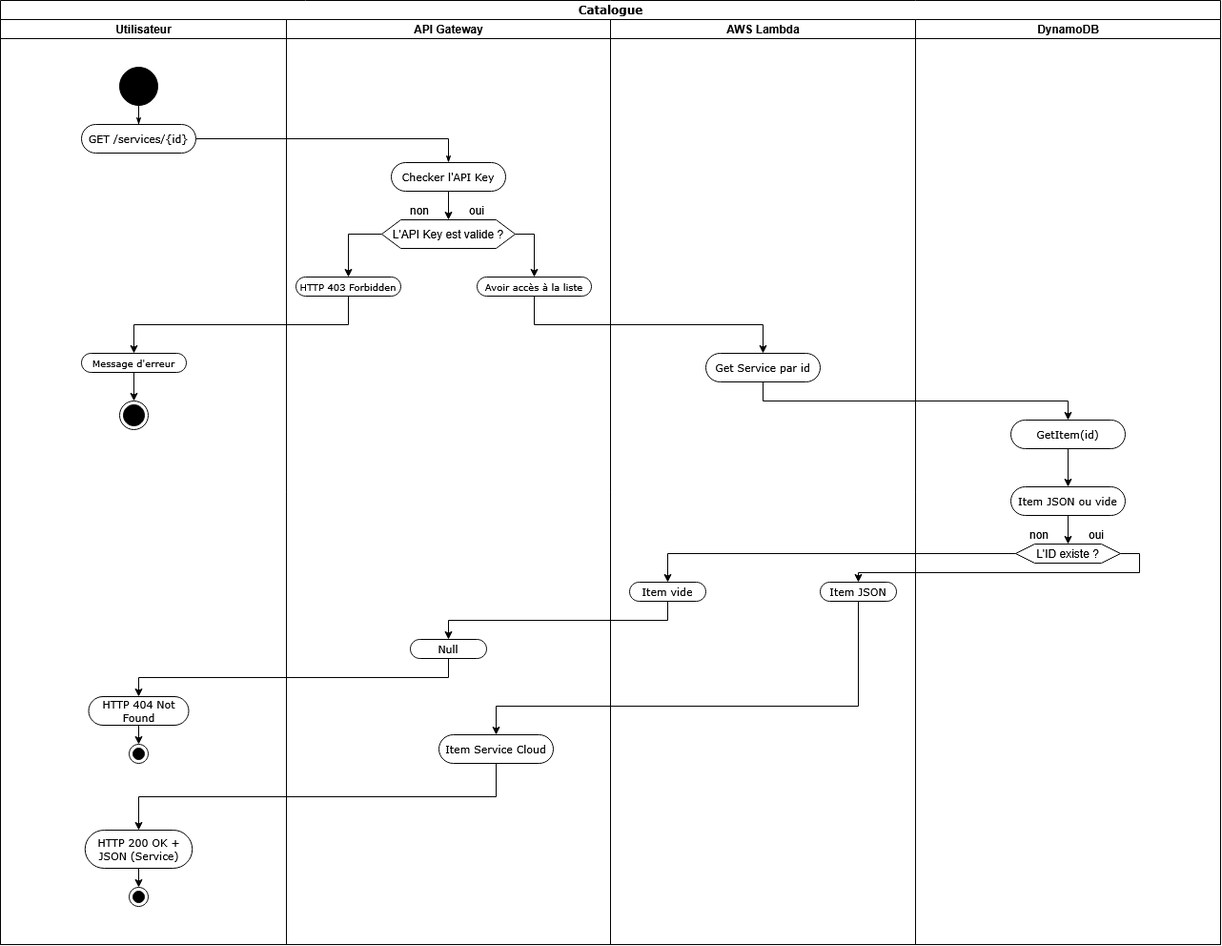
This is UML_Diagrams/Activity_Diagram.drawio.png from hafsaa22/API_REST_Serverless, a draw.io export, as it was before one commit. Source tidied: cells renumbered, new cells last; positions are measured from the earlier drawing's top-left corner, leaving out a move shared by most shapes.
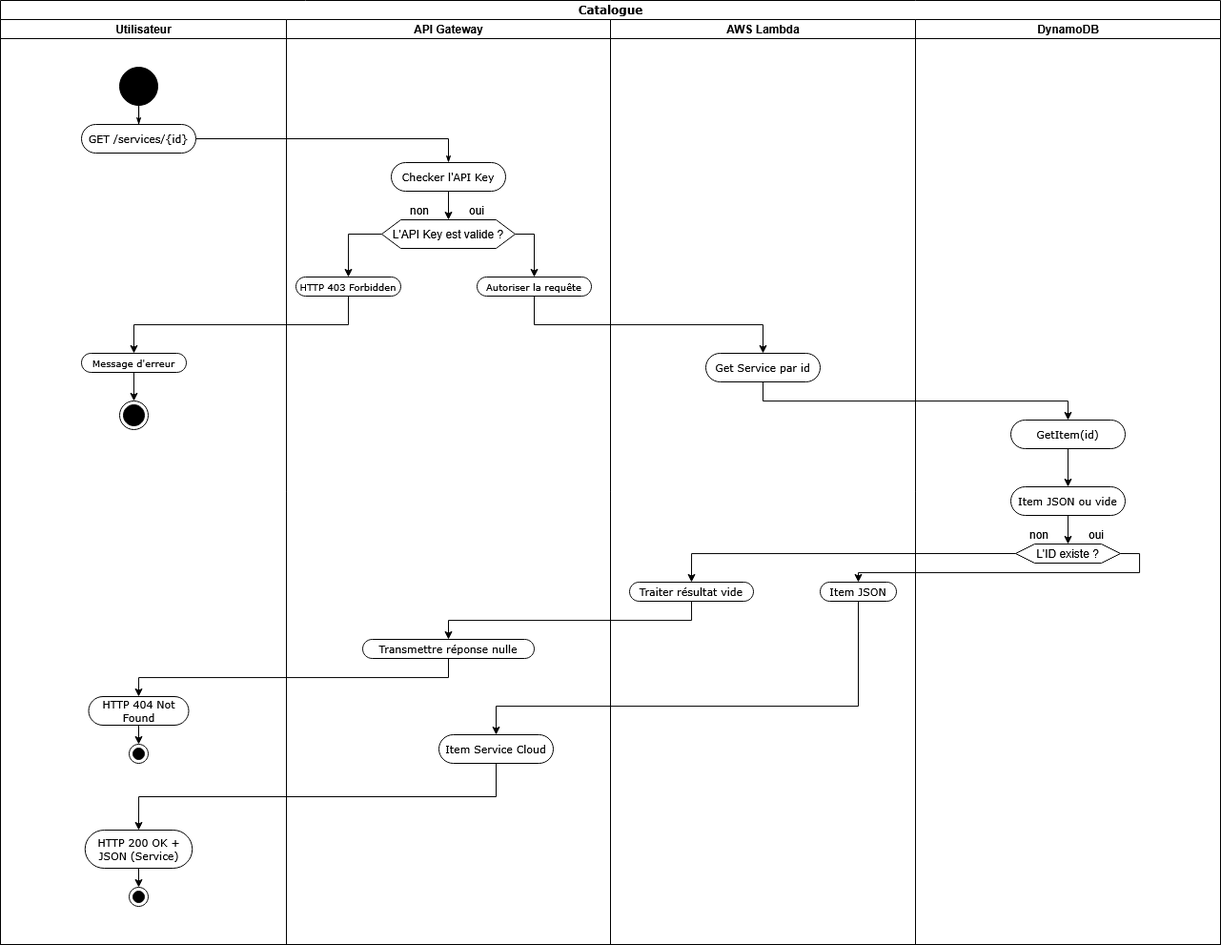
Later version of the same file.

Commit message:
Petits changements

What changed in the source:
```diff
@@ -75,11 +75,11 @@
     <mxCell id="24" value="HTTP 403 Forbidden" style="rounded=1;whiteSpace=wrap;html=1;shadow=0;comic=0;labelBackgroundColor=none;strokeWidth=1;fontFamily=Verdana;fontSize=10;align=center;arcSize=50;" parent="16" vertex="1">
       <mxGeometry x="10" y="270" width="110" height="20" as="geometry" />
     </mxCell>
-    <mxCell id="25" value="Avoir accès à la liste" style="rounded=1;whiteSpace=wrap;html=1;shadow=0;comic=0;labelBackgroundColor=none;strokeWidth=1;fontFamily=Verdana;fontSize=10;align=center;arcSize=50;" parent="16" vertex="1">
+    <mxCell id="25" value="Autoriser la requête" style="rounded=1;whiteSpace=wrap;html=1;shadow=0;comic=0;labelBackgroundColor=none;strokeWidth=1;fontFamily=Verdana;fontSize=10;align=center;arcSize=50;" parent="16" vertex="1">
       <mxGeometry x="200" y="270" width="120" height="20" as="geometry" />
     </mxCell>
-    <mxCell id="26" value="Null" style="rounded=1;whiteSpace=wrap;html=1;shadow=0;comic=0;labelBackgroundColor=none;strokeWidth=1;fontFamily=Verdana;fontSize=11;align=center;arcSize=50;" parent="16" vertex="1">
-      <mxGeometry x="130" y="650" width="80" height="20" as="geometry" />
+    <mxCell id="26" value="Transmettre réponse nulle" style="rounded=1;whiteSpace=wrap;html=1;shadow=0;comic=0;labelBackgroundColor=none;strokeWidth=1;fontFamily=Verdana;fontSize=11;align=center;arcSize=50;" parent="16" vertex="1">
+      <mxGeometry x="80" y="650" width="180" height="20" as="geometry" />
     </mxCell>
     <mxCell id="27" value="Item Service Cloud" style="rounded=1;whiteSpace=wrap;html=1;shadow=0;comic=0;labelBackgroundColor=none;strokeWidth=1;fontFamily=Verdana;fontSize=11;align=center;arcSize=50;" parent="16" vertex="1">
       <mxGeometry x="160" y="750" width="120" height="30" as="geometry" />
@@ -97,8 +97,8 @@
     <mxCell id="30" value="Get Service par id" style="rounded=1;whiteSpace=wrap;html=1;shadow=0;comic=0;labelBackgroundColor=none;strokeWidth=1;fontFamily=Verdana;fontSize=11;align=center;arcSize=50;" parent="29" vertex="1">
       <mxGeometry x="100" y="350" width="120" height="30" as="geometry" />
     </mxCell>
-    <mxCell id="31" value="Item vide" style="rounded=1;whiteSpace=wrap;html=1;shadow=0;comic=0;labelBackgroundColor=none;strokeWidth=1;fontFamily=Verdana;fontSize=11;align=center;arcSize=50;" parent="29" vertex="1">
-      <mxGeometry x="20" y="590" width="80" height="20" as="geometry" />
+    <mxCell id="31" value="Traiter résultat vide" style="rounded=1;whiteSpace=wrap;html=1;shadow=0;comic=0;labelBackgroundColor=none;strokeWidth=1;fontFamily=Verdana;fontSize=11;align=center;arcSize=50;" parent="29" vertex="1">
+      <mxGeometry x="20" y="590" width="130" height="20" as="geometry" />
     </mxCell>
     <mxCell id="32" value="Item JSON" style="rounded=1;whiteSpace=wrap;html=1;shadow=0;comic=0;labelBackgroundColor=none;strokeWidth=1;fontFamily=Verdana;fontSize=11;align=center;arcSize=50;" parent="29" vertex="1">
       <mxGeometry x="220" y="590" width="80" height="20" as="geometry" />
```
